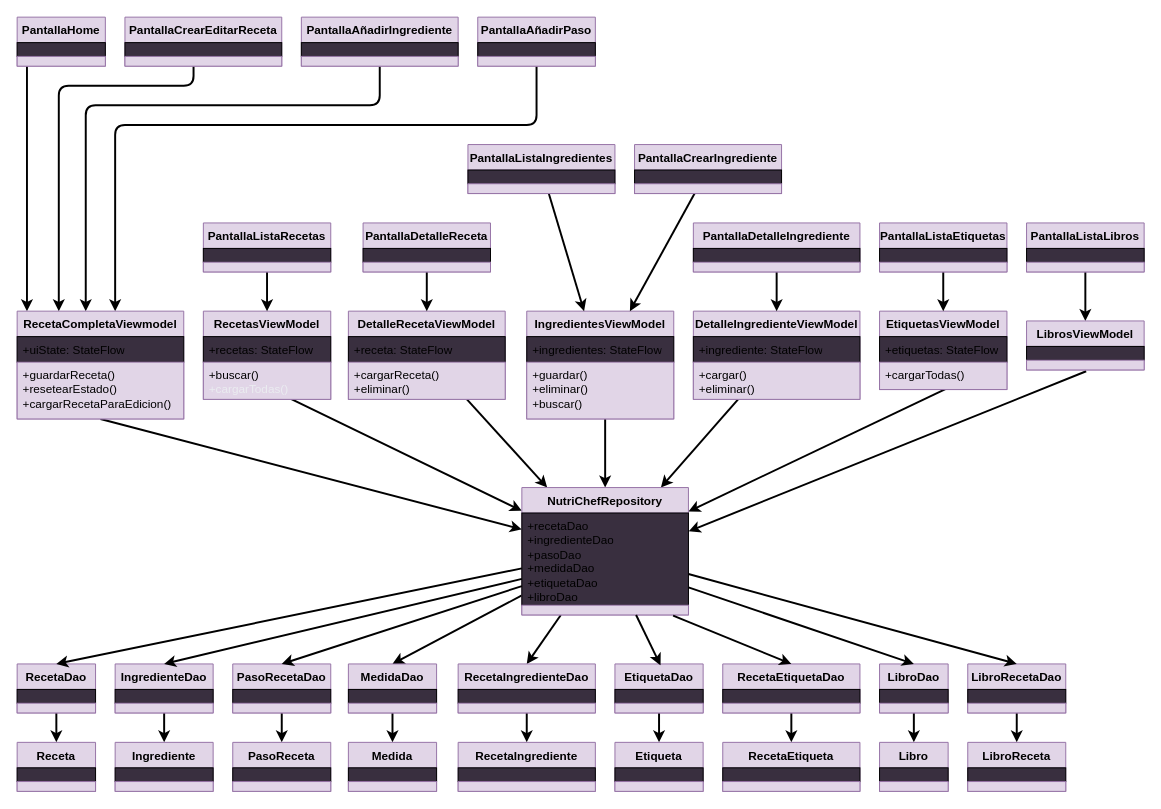
The draw.io diagram app/docs/diagramas/Diagrama_de_clases_horizontal.drawio in Kurchatovio/NutriChef, before the edit. Source tidied: cells renumbered, new cells numbered last; positions are measured from the earlier drawing's top-left corner, leaving out a move shared by most shapes. Both pictures are drawn from the tidied source at 98%, with x=0, y=0 at pixel (17, 17).
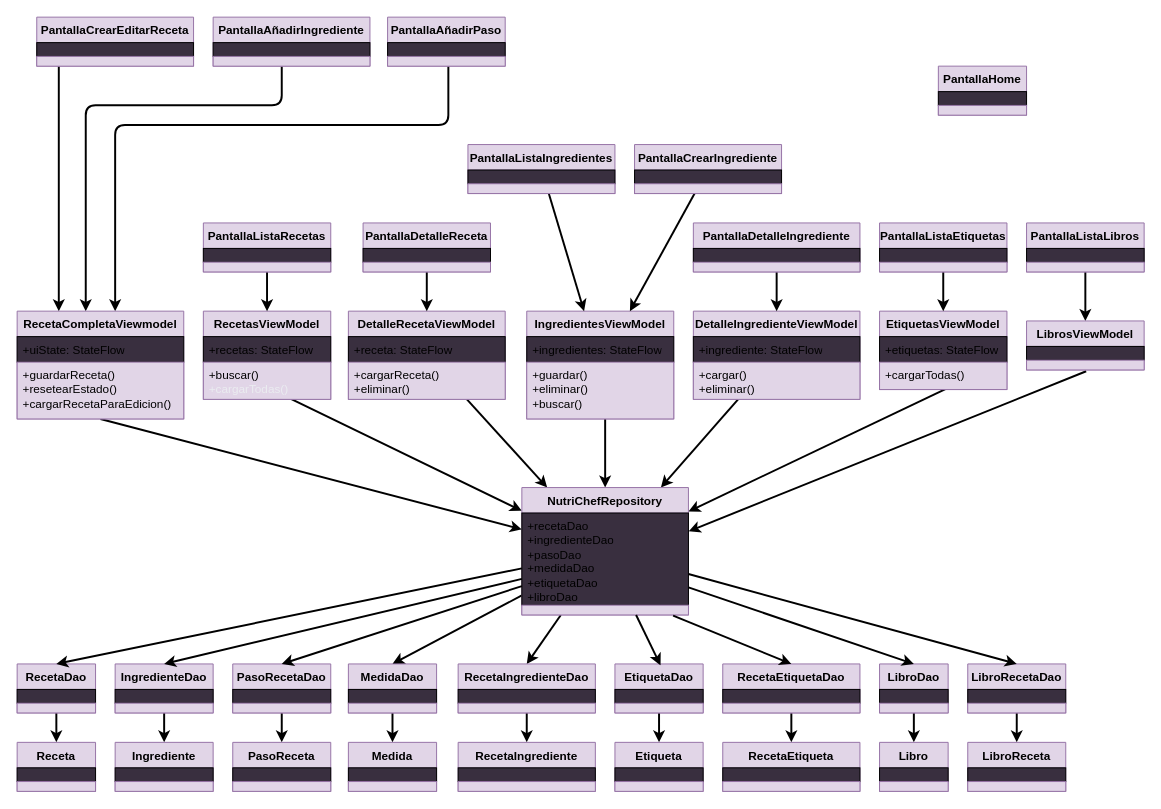
The same page after the edit.

Unchanged cells that the change refers to:
```xml
<mxCell id="19" value="RecetaCompletaViewmodel" style="swimlane;fontStyle=1;align=center;verticalAlign=top;horizontal=1;startSize=26;whiteSpace=wrap;html=1;fillColor=light-dark(#E1D5E7,#9A76A4);strokeColor=light-dark(#9673A6,#4F4155);fontColor=light-dark(#000000,#000000);" parent="1" vertex="1">
  <mxGeometry y="300" width="170" height="110" as="geometry" />
</mxCell>
```

Change to the diagram source:
```diff
@@
-    <mxCell id="2" style="edgeStyle=orthogonalEdgeStyle;shape=connector;rounded=1;jettySize=auto;html=1;strokeColor=light-dark(#000000,#000000);align=center;verticalAlign=middle;fontFamily=Helvetica;fontSize=11;fontColor=default;labelBackgroundColor=default;endArrow=classic;curved=0;strokeWidth=2;" parent="1" edge="1" source="3" target="19">
-      <mxGeometry relative="1" as="geometry">
-        <Array as="points">
-          <mxPoint x="10" y="190" />
-          <mxPoint x="10" y="190" />
-        </Array>
-      </mxGeometry>
-    </mxCell>
     <mxCell id="3" value="PantallaHome" style="swimlane;fontStyle=1;align=center;verticalAlign=top;horizontal=1;startSize=26;whiteSpace=wrap;html=1;fillColor=light-dark(#E1D5E7,#9A76A4);strokeColor=light-dark(#9673A6,#4F4155);fontColor=light-dark(#000000,#000000);" parent="1" vertex="1">
-      <mxGeometry width="90" height="50" as="geometry" />
+      <mxGeometry x="940" y="50" width="90" height="50" as="geometry" />
     </mxCell>
@@
     <mxCell id="6" style="edgeStyle=orthogonalEdgeStyle;rounded=1;jettySize=auto;html=1;entryX=0.25;entryY=0;entryDx=0;entryDy=0;curved=0;strokeColor=light-dark(#000000,#000000);strokeWidth=2;" parent="1" edge="1" source="7" target="19">
       <mxGeometry relative="1" as="geometry">
         <Array as="points">
-          <mxPoint x="180" y="70" />
-          <mxPoint x="42" y="70" />
+          <mxPoint x="43" y="70" />
         </Array>
       </mxGeometry>
     </mxCell>
     <mxCell id="7" value="PantallaCrearEditarReceta" style="swimlane;fontStyle=1;align=center;verticalAlign=top;horizontal=1;startSize=26;whiteSpace=wrap;html=1;fillColor=light-dark(#E1D5E7,#9A76A4);strokeColor=light-dark(#9673A6,#4F4155);fontColor=light-dark(#000000,#000000);" parent="1" vertex="1">
-      <mxGeometry x="110" width="160" height="50" as="geometry" />
+      <mxGeometry x="20" width="160" height="50" as="geometry" />
     </mxCell>
@@
     <mxCell id="10" style="edgeStyle=orthogonalEdgeStyle;shape=connector;rounded=1;jettySize=auto;html=1;strokeColor=light-dark(#000000,#000000);align=center;verticalAlign=middle;fontFamily=Helvetica;fontSize=11;fontColor=default;labelBackgroundColor=default;endArrow=classic;curved=0;strokeWidth=2;" parent="1" edge="1" source="11" target="19">
       <mxGeometry relative="1" as="geometry">
         <Array as="points">
-          <mxPoint x="370" y="90" />
+          <mxPoint x="270" y="90" />
           <mxPoint x="70" y="90" />
         </Array>
       </mxGeometry>
     </mxCell>
     <mxCell id="11" value="PantallaAñadirIngrediente" style="swimlane;fontStyle=1;align=center;verticalAlign=top;horizontal=1;startSize=26;whiteSpace=wrap;html=1;fillColor=light-dark(#E1D5E7,#9A76A4);strokeColor=light-dark(#9673A6,#4F4155);fontColor=light-dark(#000000,#000000);" parent="1" vertex="1">
-      <mxGeometry x="290" width="160" height="50" as="geometry" />
+      <mxGeometry x="200" width="160" height="50" as="geometry" />
     </mxCell>
@@
     <mxCell id="14" style="edgeStyle=orthogonalEdgeStyle;shape=connector;curved=0;rounded=1;jettySize=auto;html=1;strokeColor=light-dark(#000000,#000000);align=center;verticalAlign=middle;fontFamily=Helvetica;fontSize=11;fontColor=default;labelBackgroundColor=default;endArrow=classic;strokeWidth=2;" parent="1" edge="1" source="15" target="19">
       <mxGeometry relative="1" as="geometry">
         <Array as="points">
-          <mxPoint x="530" y="110" />
+          <mxPoint x="440" y="110" />
           <mxPoint x="100" y="110" />
         </Array>
       </mxGeometry>
     </mxCell>
     <mxCell id="15" value="PantallaAñadirPaso" style="swimlane;fontStyle=1;align=center;verticalAlign=top;horizontal=1;startSize=26;whiteSpace=wrap;html=1;fillColor=light-dark(#E1D5E7,#9A76A4);strokeColor=light-dark(#9673A6,#4F4155);fontColor=light-dark(#000000,#000000);" parent="1" vertex="1">
-      <mxGeometry x="470" width="120" height="50" as="geometry" />
+      <mxGeometry x="378" width="120" height="50" as="geometry" />
     </mxCell>
```
